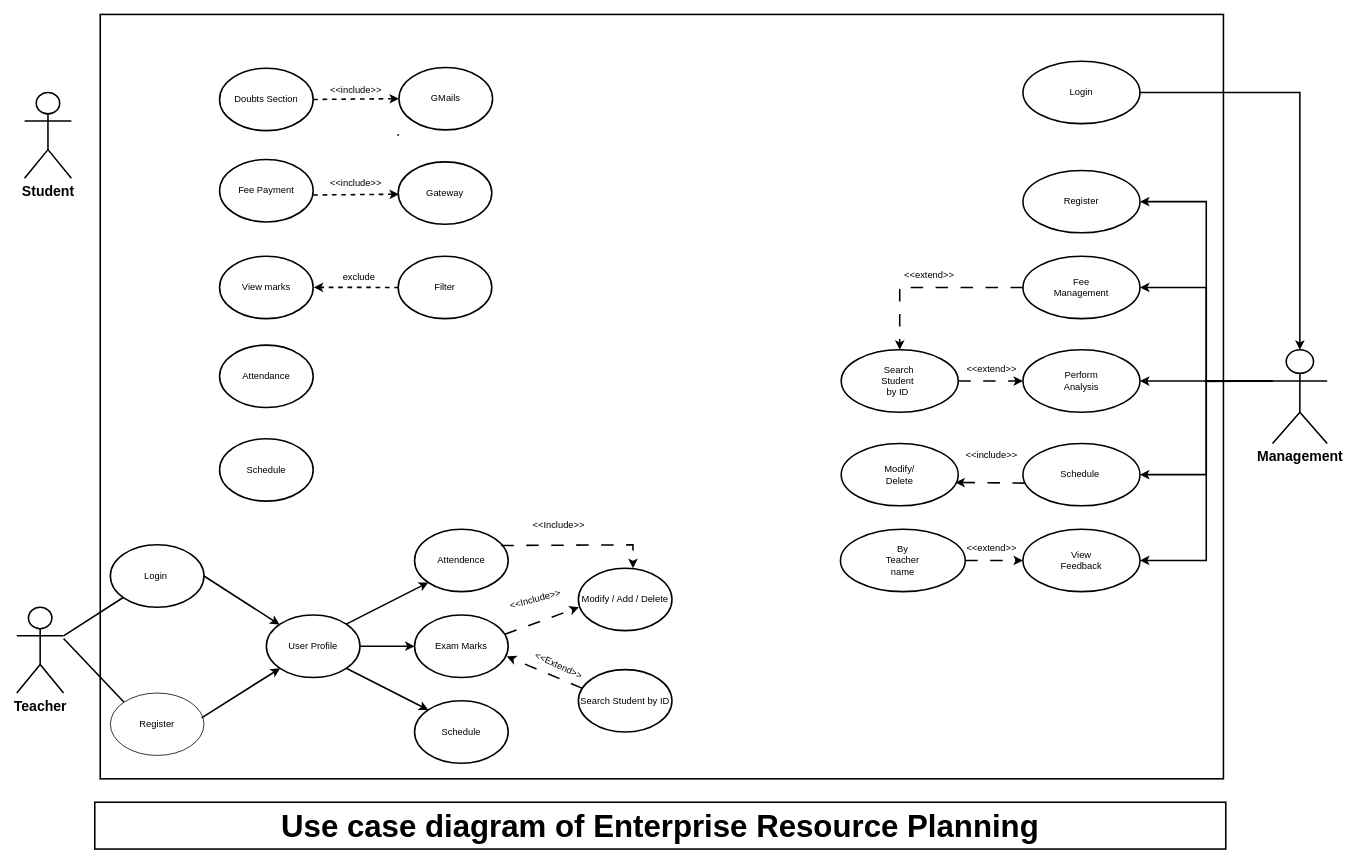
Sumanth-Siddareddy/Enterprise-Resource-Planning keeps this draw.io diagram as Untitled Diagram.drawio. Above is the earlier version. Source tidied: cells renumbered, new cells numbered last; positions are measured from the earlier drawing's top-left corner, leaving out a move shared by most shapes. Both pictures are drawn from the tidied source at 78%, with x=0, y=0 at pixel (16, 14).
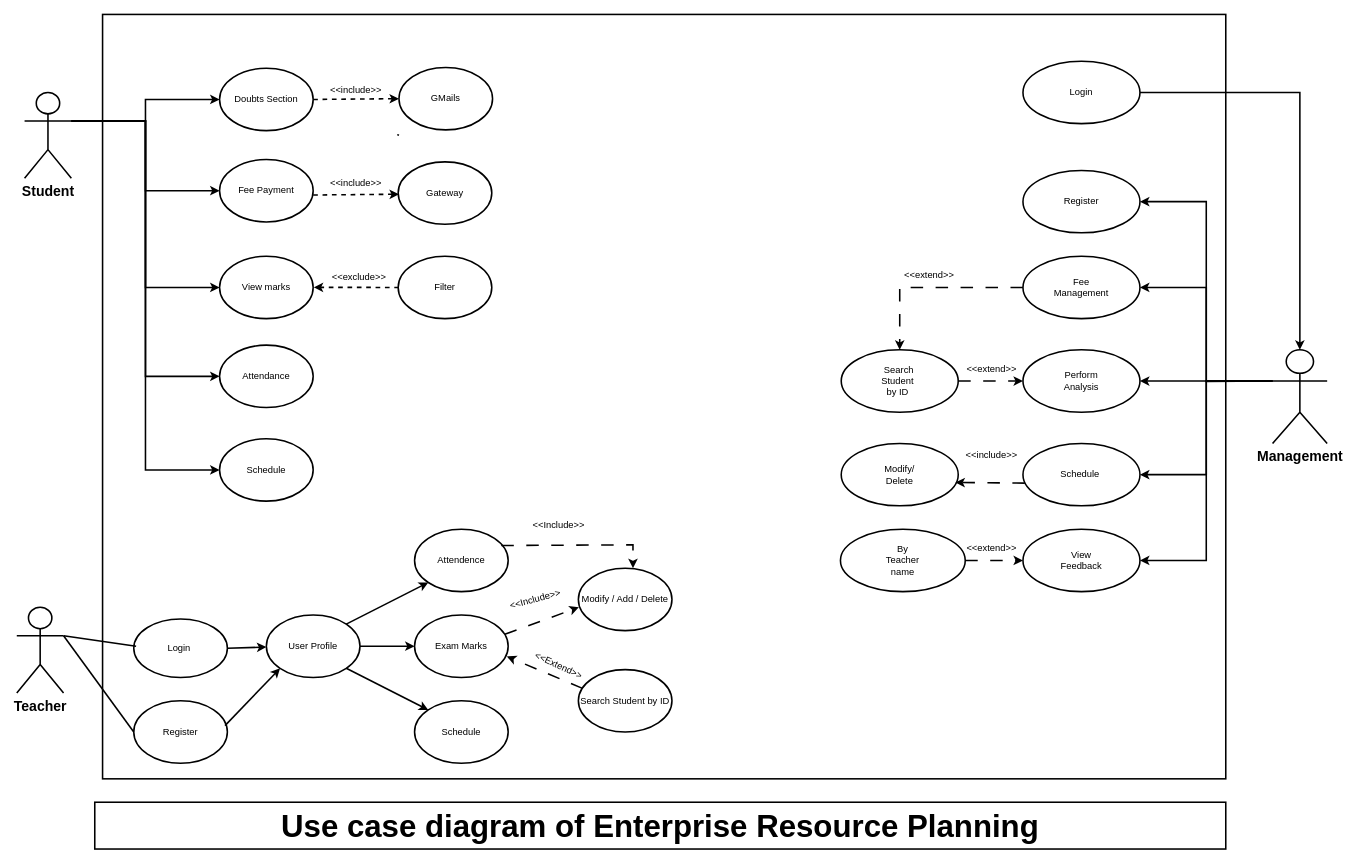
The same diagram, later.

Unchanged cells that the change refers to:
```xml
<mxCell id="4" value="Student" style="shape=umlActor;verticalLabelPosition=bottom;verticalAlign=top;html=1;outlineConnect=0;fontStyle=1;labelBackgroundColor=none;fontSize=18;strokeWidth=2;" parent="1" vertex="1">
  <mxGeometry x="10" y="100" width="60" height="110" as="geometry" />
</mxCell>
<mxCell id="5" value="Teacher" style="shape=umlActor;verticalLabelPosition=bottom;verticalAlign=top;html=1;outlineConnect=0;fontStyle=1;labelBackgroundColor=none;fontSize=18;strokeWidth=2;" parent="1" vertex="1">
  <mxGeometry y="760" width="60" height="110" as="geometry" />
</mxCell>
<mxCell id="13" value="Doubts Section" style="ellipse;whiteSpace=wrap;html=1;strokeWidth=2;" parent="1" vertex="1">
  <mxGeometry x="260" y="69" width="120" height="80" as="geometry" />
</mxCell>
<mxCell id="18" value="Fee Payment" style="ellipse;whiteSpace=wrap;html=1;strokeWidth=2;" parent="1" vertex="1">
  <mxGeometry x="260" y="186" width="120" height="80" as="geometry" />
</mxCell>
<mxCell id="21" value="View marks" style="ellipse;whiteSpace=wrap;html=1;strokeWidth=2;" parent="1" vertex="1">
  <mxGeometry x="260" y="310" width="120" height="80" as="geometry" />
</mxCell>
<mxCell id="62" value="Schedule" style="ellipse;whiteSpace=wrap;html=1;strokeWidth=2;" parent="1" vertex="1">
  <mxGeometry x="260" y="544" width="120" height="80" as="geometry" />
</mxCell>
<mxCell id="64" value="Attendance" style="ellipse;whiteSpace=wrap;html=1;strokeWidth=2;" parent="1" vertex="1">
  <mxGeometry x="260" y="424" width="120" height="80" as="geometry" />
</mxCell>
```

The edit, as a diff of the source:
```diff
@@
     <mxCell id="2" style="rounded=0;whiteSpace=wrap;html=1;strokeWidth=2;" parent="1" vertex="1">
-      <mxGeometry x="107" width="1440" height="980" as="geometry" />
+      <mxGeometry x="110" width="1440" height="980" as="geometry" />
     </mxCell>
@@
+    <mxCell id="76" style="edgeStyle=orthogonalEdgeStyle;rounded=0;jettySize=auto;html=1;exitX=1;exitY=0.3333333333333333;exitDx=0;exitDy=0;exitPerimeter=0;entryX=0;entryY=0.5;entryDx=0;entryDy=0;strokeWidth=2;" parent="1" edge="1" source="4" target="13">
+      <mxGeometry relative="1" as="geometry" />
+    </mxCell>
+    <mxCell id="77" style="edgeStyle=orthogonalEdgeStyle;rounded=0;jettySize=auto;html=1;exitX=1;exitY=0.3333333333333333;exitDx=0;exitDy=0;exitPerimeter=0;entryX=0;entryY=0.5;entryDx=0;entryDy=0;strokeWidth=2;" parent="1" edge="1" source="4" target="18">
+      <mxGeometry relative="1" as="geometry" />
+    </mxCell>
+    <mxCell id="78" style="edgeStyle=orthogonalEdgeStyle;rounded=0;jettySize=auto;html=1;exitX=1;exitY=0.3333333333333333;exitDx=0;exitDy=0;exitPerimeter=0;entryX=0;entryY=0.5;entryDx=0;entryDy=0;strokeWidth=2;" parent="1" edge="1" source="4" target="21">
+      <mxGeometry relative="1" as="geometry" />
+    </mxCell>
+    <mxCell id="79" style="edgeStyle=orthogonalEdgeStyle;rounded=0;jettySize=auto;html=1;exitX=1;exitY=0.3333333333333333;exitDx=0;exitDy=0;exitPerimeter=0;entryX=0;entryY=0.5;entryDx=0;entryDy=0;strokeWidth=2;" parent="1" edge="1" source="4" target="62">
+      <mxGeometry relative="1" as="geometry" />
+    </mxCell>
+    <mxCell id="80" style="edgeStyle=orthogonalEdgeStyle;rounded=0;jettySize=auto;html=1;exitX=1;exitY=0.3333333333333333;exitDx=0;exitDy=0;exitPerimeter=0;entryX=0;entryY=0.5;entryDx=0;entryDy=0;strokeWidth=2;" parent="1" edge="1" source="4" target="64">
+      <mxGeometry relative="1" as="geometry" />
+    </mxCell>
@@
     <mxCell id="17" value="Login&amp;nbsp;" style="ellipse;whiteSpace=wrap;html=1;strokeWidth=2;" parent="1" vertex="1">
-      <mxGeometry x="120" y="680" width="120" height="80" as="geometry" />
+      <mxGeometry x="150" y="775" width="120" height="75" as="geometry" />
     </mxCell>
@@
-    <mxCell id="70" value="exclude" style="text;html=1;align=center;verticalAlign=middle;whiteSpace=wrap;rounded=0;strokeWidth=2;" parent="1" vertex="1">
+    <mxCell id="70" value="&amp;lt;&amp;lt;exclude&amp;gt;&amp;gt;" style="text;html=1;align=center;verticalAlign=middle;whiteSpace=wrap;rounded=0;strokeWidth=2;" parent="1" vertex="1">
       <mxGeometry x="394" y="318" width="90" height="37" as="geometry" />
     </mxCell>
@@
-    <mxCell id="72" value="Register" style="ellipse;whiteSpace=wrap;html=1;" parent="1" vertex="1">
-      <mxGeometry x="120" y="870" width="120" height="80" as="geometry" />
+    <mxCell id="72" value="Register" style="ellipse;whiteSpace=wrap;html=1;fontSize=12;fontStyle=0;strokeWidth=2;" parent="1" vertex="1">
+      <mxGeometry x="150" y="880" width="120" height="80" as="geometry" />
     </mxCell>
@@
-    <mxCell id="74" style="endArrow=none;html=1;rounded=0;exitX=1;exitY=0.3333333333333333;exitDx=0;exitDy=0;exitPerimeter=0;strokeWidth=2;" parent="1" edge="1" source="5" target="17">
-      <mxGeometry relative="1" as="geometry" />
+    <mxCell id="74" style="endArrow=none;html=1;rounded=0;exitX=1;exitY=0.3333333333333333;exitDx=0;exitDy=0;exitPerimeter=0;strokeWidth=2;" parent="1" edge="1" source="5">
+      <mxGeometry relative="1" as="geometry">
+        <mxPoint x="153" y="810" as="targetPoint" />
+      </mxGeometry>
     </mxCell>
-    <mxCell id="75" style="endArrow=none;html=1;rounded=0;entryX=0;entryY=0;entryDx=0;entryDy=0;strokeWidth=2;" parent="1" edge="1" target="72">
-      <mxGeometry relative="1" as="geometry">
-        <mxPoint x="60" y="800" as="sourcePoint" />
-      </mxGeometry>
+    <mxCell id="75" style="endArrow=none;html=1;rounded=0;entryX=0;entryY=0.5;entryDx=0;entryDy=0;strokeWidth=2;exitX=1;exitY=0.3333333333333333;exitDx=0;exitDy=0;exitPerimeter=0;" parent="1" edge="1" source="5" target="72">
+      <mxGeometry relative="1" as="geometry" />
     </mxCell>
```
